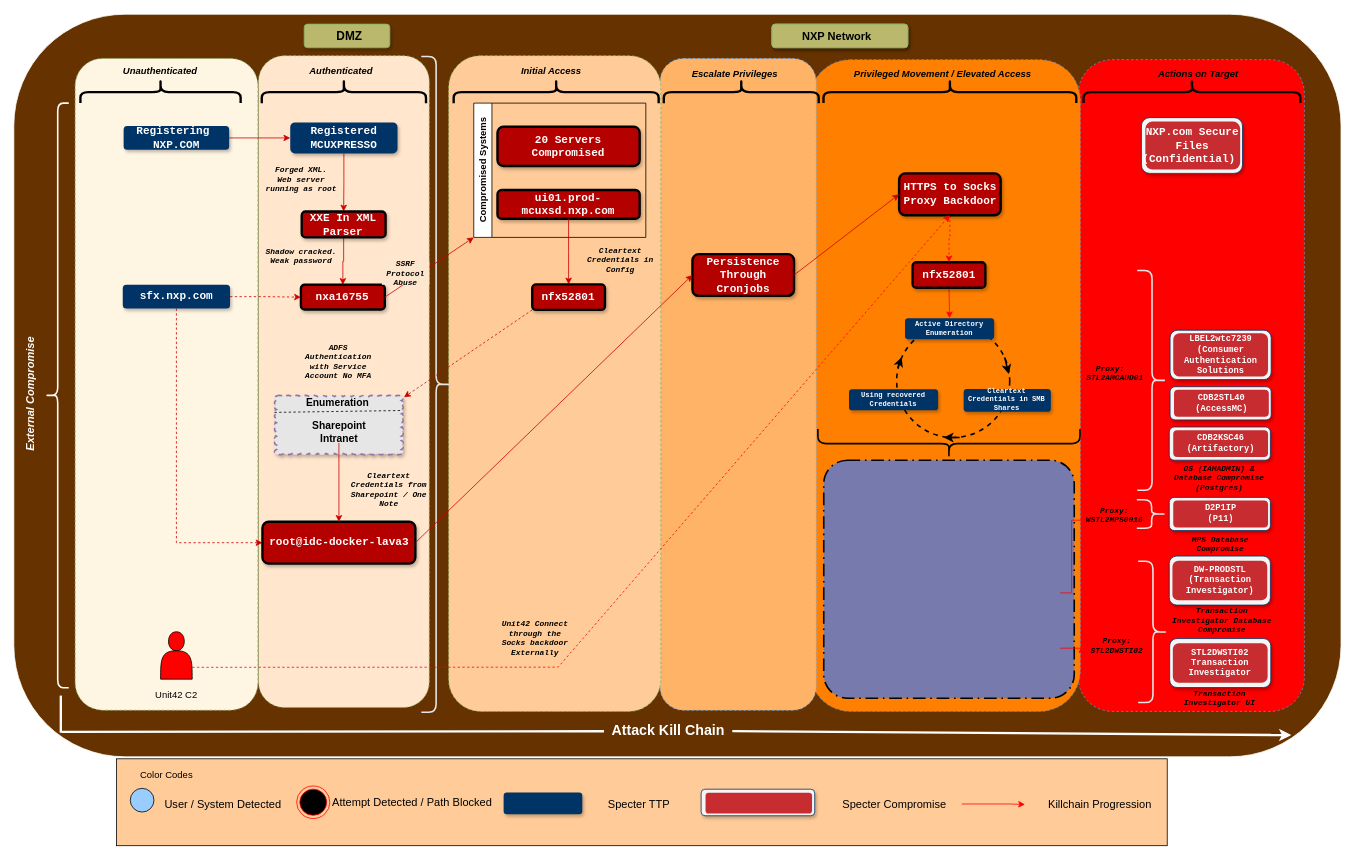
thodorian/test keeps this draw.io diagram as nxp.drawio. Above is the earlier version. Source tidied: cells renumbered, new cells numbered last; positions are measured from the earlier drawing's top-left corner, leaving out a move shared by most shapes. Both pictures are drawn from the tidied source at 79%, with x=0, y=0 at pixel (-35, -36).
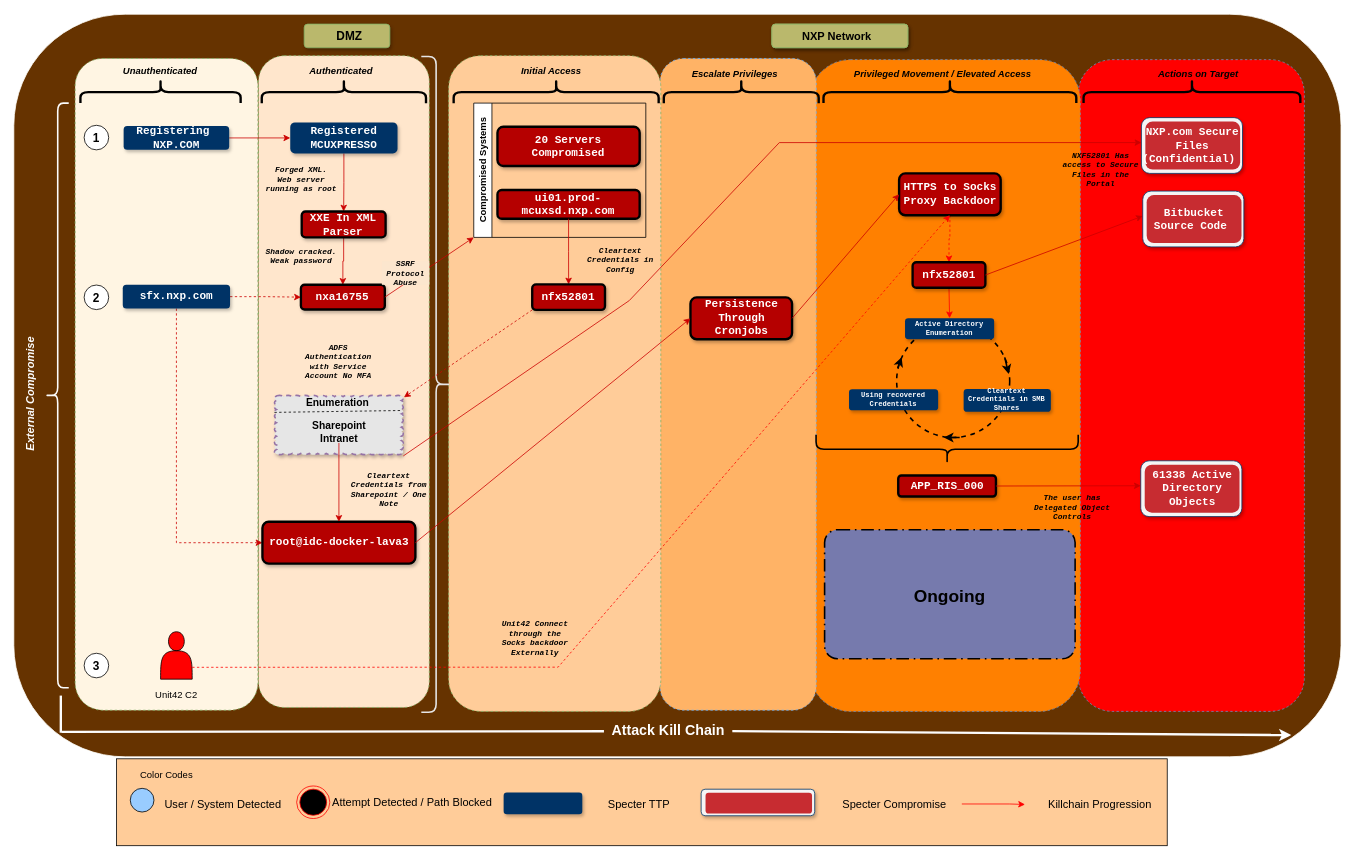
The same page after the edit.

The change refers to these unchanged cells:
```xml
<mxCell id="37" style="whiteSpace=wrap;html=1;shape=mxgraph.basic.cloud_rect;shadow=1;dashed=1;strokeWidth=2;fontSize=11;align=left;labelBackgroundColor=#ffffff;fillStyle=auto;fillColor=#E6E6E6;strokeColor=#9673a6;" parent="36" vertex="1">
  <mxGeometry x="0.9" width="163.1" height="75" as="geometry" />
</mxCell>
<mxCell id="50" style="group;" parent="1" vertex="1">
  <mxGeometry x="1488.3" y="212" width="128" height="52" as="geometry" />
</mxCell>
<mxCell id="134" value="&lt;p style=&quot;margin: 0in;&quot;&gt;&lt;font face=&quot;Courier New&quot; style=&quot;&quot; color=&quot;#ffffff&quot;&gt;&lt;span style=&quot;font-size: 14px;&quot;&gt;nfx52801&lt;/span&gt;&lt;/font&gt;&lt;/p&gt;" style="rounded=1;whiteSpace=wrap;html=1;glass=0;shadow=1;strokeWidth=3;perimeterSpacing=0;fontFamily=Courier New;fontSize=10;fontStyle=1;fillColor=#B50000;align=center;" parent="1" vertex="1">
  <mxGeometry x="1198.7" y="376.5" width="92.1" height="32.3" as="geometry" />
</mxCell>
```

What changed in the source:
```diff
@@
-    <mxCell id="45" style="rounded=1;arcSize=10;dashed=1;gradientColor=none;dashPattern=8 3 1 3;strokeWidth=2;sketch=0;glass=0;shadow=0;fillColor=#767AAD;" parent="1" vertex="1">
-      <mxGeometry x="1086.2" y="627" width="317.1" height="301.3" as="geometry" />
+    <mxCell id="45" value="Ongoing" style="rounded=1;arcSize=10;dashed=1;gradientColor=none;dashPattern=8 3 1 3;strokeWidth=2;sketch=0;glass=0;shadow=0;fillColor=#767AAD;fontSize=22;fontStyle=1;" parent="1" vertex="1">
+      <mxGeometry x="1087.3" y="715" width="317.1" height="163.3" as="geometry" />
     </mxCell>
@@
     <mxCell id="49" style="shape=curlyBracket;whiteSpace=wrap;html=1;rounded=1;flipH=1;labelPosition=right;verticalLabelPosition=middle;align=left;verticalAlign=middle;strokeWidth=2;gradientColor=none;fillColor=#FF0000;strokeColor=#000000;rotation=90;" parent="1" vertex="1">
-      <mxGeometry x="1226.2" y="440.1" width="37" height="331.8" as="geometry" />
+      <mxGeometry x="1223.9" y="447.3" width="37" height="331.8" as="geometry" />
     </mxCell>
@@
-    <mxCell id="53" style="group;" parent="1" vertex="1">
-      <mxGeometry x="1523.6" y="465" width="129" height="70" as="geometry" />
-    </mxCell>
-    <mxCell id="54" style="rounded=1;whiteSpace=wrap;html=1;fillColor=#f5f5f5;strokeColor=#003366;glass=0;shadow=1;strokeWidth=1;perimeterSpacing=0;fontFamily=Courier New;fontSize=10;fontStyle=1;fontColor=#000000;align=center;labelPosition=center;verticalLabelPosition=bottom;verticalAlign=top;" parent="53" vertex="1">
-      <mxGeometry x="1" y="-2.5" width="128" height="62.5" as="geometry" />
-    </mxCell>
-    <mxCell id="55" value="LBEL2wtc7239&lt;br&gt;(Consumer Authentication Solutions" style="rounded=1;whiteSpace=wrap;html=1;fillColor=#C72C31;strokeColor=none;glass=0;shadow=0;strokeWidth=3;perimeterSpacing=0;gradientColor=none;fontFamily=Courier New;fontSize=11;fontStyle=1;fontColor=#FFFFFF;" parent="53" vertex="1">
-      <mxGeometry x="5" y="1.2" width="120" height="55" as="geometry" />
-    </mxCell>
-    <mxCell id="56" style="group;" parent="1" vertex="1">
-      <mxGeometry x="1523.6" y="585" width="128" height="42" as="geometry" />
-    </mxCell>
-    <mxCell id="57" style="rounded=1;whiteSpace=wrap;html=1;fillColor=#f5f5f5;strokeColor=#003366;glass=0;shadow=1;strokeWidth=1;perimeterSpacing=0;fontFamily=Courier New;fontSize=10;fontStyle=1;fontColor=#000000;align=center;labelPosition=center;verticalLabelPosition=bottom;verticalAlign=top;" parent="56" vertex="1">
-      <mxGeometry width="128" height="42" as="geometry" />
-    </mxCell>
-    <mxCell id="58" value="CDB2KSC46&lt;br&gt;(Artifactory)" style="rounded=1;whiteSpace=wrap;html=1;fillColor=#C72C31;strokeColor=none;glass=0;shadow=0;strokeWidth=3;perimeterSpacing=0;gradientColor=none;fontFamily=Courier New;fontSize=11;fontStyle=1;fontColor=#FFFFFF;" parent="56" vertex="1">
-      <mxGeometry x="5" y="4" width="120" height="34" as="geometry" />
-    </mxCell>
-    <mxCell id="59" style="group;" parent="1" vertex="1">
-      <mxGeometry x="1524.6" y="534" width="128" height="42" as="geometry" />
-    </mxCell>
-    <mxCell id="60" style="rounded=1;whiteSpace=wrap;html=1;fillColor=#f5f5f5;strokeColor=#003366;glass=0;shadow=1;strokeWidth=1;perimeterSpacing=0;fontFamily=Courier New;fontSize=10;fontStyle=1;fontColor=#000000;align=center;labelPosition=center;verticalLabelPosition=bottom;verticalAlign=top;" parent="59" vertex="1">
-      <mxGeometry width="128" height="42" as="geometry" />
-    </mxCell>
-    <mxCell id="61" value="CDB2STL40 (AccessMC)" style="rounded=1;whiteSpace=wrap;html=1;fillColor=#C72C31;strokeColor=none;glass=0;shadow=0;strokeWidth=3;perimeterSpacing=0;gradientColor=none;fontFamily=Courier New;fontSize=11;fontStyle=1;fontColor=#FFFFFF;" parent="59" vertex="1">
-      <mxGeometry x="5" y="4" width="120" height="34" as="geometry" />
-    </mxCell>
-    <mxCell id="62" style="shape=curlyBracket;whiteSpace=wrap;html=1;rounded=1;flipH=1;labelPosition=right;verticalLabelPosition=middle;align=left;verticalAlign=middle;strokeWidth=2;gradientColor=none;fillColor=#000000;strokeColor=#E6E6E6;" parent="1" vertex="1">
-      <mxGeometry x="1483" y="386.9" width="37.5" height="278.1" as="geometry" />
-    </mxCell>
@@
-    <mxCell id="78" value="&lt;b style=&quot;font-size: 10px;&quot;&gt;Proxy:&amp;nbsp;&amp;nbsp;&lt;br style=&quot;font-size: 10px;&quot;&gt;STL2AMCAUD01&lt;/b&gt;" style="text;html=1;align=center;verticalAlign=middle;whiteSpace=wrap;shadow=1;glass=0;comic=0;labelBackgroundColor=none;fontFamily=Courier New;fontSize=10;rotation=0;fontStyle=2;fontColor=#000000;" parent="1" vertex="1">
-      <mxGeometry x="1425.8" y="499" width="58.4" height="36.4" as="geometry" />
-    </mxCell>
-    <mxCell id="79" style="edgeStyle=orthogonalEdgeStyle;rounded=0;jettySize=auto;html=1;exitX=1;exitY=0;exitDx=0;exitDy=0;entryX=0;entryY=0.5;entryDx=0;entryDy=0;strokeColor=#FF0000;" parent="1" edge="1" target="83">
-      <mxGeometry relative="1" as="geometry">
-        <mxPoint x="1385.4" y="795" as="sourcePoint" />
-        <Array as="points">
-          <mxPoint x="1400" y="795" />
-          <mxPoint x="1400" y="703" />
-        </Array>
-      </mxGeometry>
-    </mxCell>
-    <mxCell id="80" style="group;" parent="1" vertex="1">
-      <mxGeometry x="1523.6" y="674.1" width="128" height="42" as="geometry" />
-    </mxCell>
-    <mxCell id="81" style="rounded=1;whiteSpace=wrap;html=1;fillColor=#f5f5f5;strokeColor=#003366;glass=0;shadow=1;strokeWidth=1;perimeterSpacing=0;fontFamily=Courier New;fontSize=10;fontStyle=1;fontColor=#000000;align=center;labelPosition=center;verticalLabelPosition=bottom;verticalAlign=top;" parent="80" vertex="1">
-      <mxGeometry width="128" height="42" as="geometry" />
-    </mxCell>
-    <mxCell id="82" value="D2P1IP&lt;br&gt;(P11)" style="rounded=1;whiteSpace=wrap;html=1;fillColor=#C72C31;strokeColor=none;glass=0;shadow=0;strokeWidth=3;perimeterSpacing=0;gradientColor=none;fontFamily=Courier New;fontSize=11;fontStyle=1;fontColor=#FFFFFF;" parent="80" vertex="1">
-      <mxGeometry x="5" y="4" width="120" height="34" as="geometry" />
-    </mxCell>
-    <mxCell id="83" value="&lt;b style=&quot;font-size: 10px;&quot;&gt;Proxy:&lt;/b&gt;&lt;div style=&quot;font-size: 10px;&quot;&gt;&lt;b style=&quot;font-size: 10px;&quot;&gt;WSTL2MPS0016&lt;/b&gt;&lt;/div&gt;" style="text;html=1;align=center;verticalAlign=middle;whiteSpace=wrap;shadow=1;glass=0;comic=0;labelBackgroundColor=none;fontFamily=Courier New;fontSize=10;rotation=0;fontStyle=2;fontColor=#000000;" parent="1" vertex="1">
-      <mxGeometry x="1418.4" y="682.8" width="72.6" height="28.2" as="geometry" />
-    </mxCell>
-    <mxCell id="84" value="&lt;b style=&quot;font-size: 10px;&quot;&gt;MPS Database Compromise&lt;/b&gt;" style="text;html=1;align=center;verticalAlign=middle;whiteSpace=wrap;shadow=1;glass=0;comic=0;labelBackgroundColor=none;fontFamily=Courier New;fontSize=10;rotation=0;fontStyle=2;fontColor=#000000;" parent="1" vertex="1">
-      <mxGeometry x="1522.3" y="720.2" width="132.6" height="28.2" as="geometry" />
-    </mxCell>
-    <mxCell id="85" value="&lt;b style=&quot;font-size: 10px;&quot;&gt;OS (IAMADMIN) &amp;amp; Database Compromise (Postgres)&lt;/b&gt;" style="text;html=1;align=center;verticalAlign=middle;whiteSpace=wrap;shadow=1;glass=0;comic=0;labelBackgroundColor=none;fontFamily=Courier New;fontSize=10;rotation=0;fontStyle=2;fontColor=#000000;" parent="1" vertex="1">
-      <mxGeometry x="1520" y="636" width="134.1" height="28.2" as="geometry" />
-    </mxCell>
-    <mxCell id="86" style="edgeStyle=orthogonalEdgeStyle;rounded=0;jettySize=auto;html=1;exitX=1;exitY=0.5;exitDx=0;exitDy=0;entryX=0;entryY=0.5;entryDx=0;entryDy=0;strokeColor=#FF0000;" parent="1" edge="1" target="87">
-      <mxGeometry relative="1" as="geometry">
-        <mxPoint x="1385.4" y="865" as="sourcePoint" />
-      </mxGeometry>
-    </mxCell>
-    <mxCell id="87" value="&lt;b style=&quot;font-size: 10px;&quot;&gt;Proxy:&lt;/b&gt;&lt;div style=&quot;font-size: 10px;&quot;&gt;&lt;b style=&quot;font-size: 10px;&quot;&gt;STL2DWSTI02&lt;/b&gt;&lt;/div&gt;" style="text;html=1;align=center;verticalAlign=middle;whiteSpace=wrap;shadow=1;glass=0;comic=0;labelBackgroundColor=none;fontFamily=Courier New;fontSize=10;rotation=0;fontStyle=2;fontColor=#000000;" parent="1" vertex="1">
-      <mxGeometry x="1412.9" y="848.2" width="88.5" height="28.2" as="geometry" />
-    </mxCell>
-    <mxCell id="88" style="group;" parent="1" vertex="1">
-      <mxGeometry x="1523.6" y="748.4" width="128" height="62" as="geometry" />
-    </mxCell>
-    <mxCell id="89" style="rounded=1;whiteSpace=wrap;html=1;fillColor=#f5f5f5;strokeColor=#003366;glass=0;shadow=1;strokeWidth=1;perimeterSpacing=0;fontFamily=Courier New;fontSize=10;fontStyle=1;fontColor=#000000;align=center;labelPosition=center;verticalLabelPosition=bottom;verticalAlign=top;" parent="88" vertex="1">
-      <mxGeometry width="128" height="62" as="geometry" />
-    </mxCell>
-    <mxCell id="90" value="DW-PRODSTL&lt;br&gt;(Transaction Investigator)" style="rounded=1;whiteSpace=wrap;html=1;fillColor=#C72C31;strokeColor=none;glass=0;shadow=0;strokeWidth=3;perimeterSpacing=0;gradientColor=none;fontFamily=Courier New;fontSize=11;fontStyle=1;fontColor=#FFFFFF;" parent="88" vertex="1">
-      <mxGeometry x="4" y="6" width="120" height="50" as="geometry" />
-    </mxCell>
-    <mxCell id="91" value="&lt;b style=&quot;font-size: 10px;&quot;&gt;Transaction Investigator Database Compromise&lt;/b&gt;" style="text;html=1;align=center;verticalAlign=middle;whiteSpace=wrap;shadow=1;glass=0;comic=0;labelBackgroundColor=none;fontFamily=Courier New;fontSize=10;rotation=0;fontStyle=2;fontColor=#000000;" parent="1" vertex="1">
-      <mxGeometry x="1523.6" y="816" width="132.6" height="28.2" as="geometry" />
-    </mxCell>
-    <mxCell id="92" style="group;" parent="1" vertex="1">
-      <mxGeometry x="1524.1" y="852.8" width="128" height="62" as="geometry" />
-    </mxCell>
-    <mxCell id="93" style="rounded=1;whiteSpace=wrap;html=1;fillColor=#f5f5f5;strokeColor=#003366;glass=0;shadow=1;strokeWidth=1;perimeterSpacing=0;fontFamily=Courier New;fontSize=10;fontStyle=1;fontColor=#000000;align=center;labelPosition=center;verticalLabelPosition=bottom;verticalAlign=top;" parent="92" vertex="1">
-      <mxGeometry width="128" height="62" as="geometry" />
-    </mxCell>
-    <mxCell id="94" value="&lt;div&gt;STL2DWSTI02&lt;/div&gt;Transaction Investigator" style="rounded=1;whiteSpace=wrap;html=1;fillColor=#C72C31;strokeColor=none;glass=0;shadow=0;strokeWidth=3;perimeterSpacing=0;gradientColor=none;fontFamily=Courier New;fontSize=11;fontStyle=1;fontColor=#FFFFFF;" parent="92" vertex="1">
-      <mxGeometry x="4" y="6" width="120" height="50" as="geometry" />
-    </mxCell>
-    <mxCell id="95" style="shape=curlyBracket;whiteSpace=wrap;html=1;rounded=1;flipH=1;labelPosition=right;verticalLabelPosition=middle;align=left;verticalAlign=middle;strokeWidth=2;gradientColor=none;fillColor=#000000;strokeColor=#E6E6E6;" parent="1" vertex="1">
-      <mxGeometry x="1484.2" y="755" width="37.5" height="178.8" as="geometry" />
-    </mxCell>
-    <mxCell id="96" style="shape=curlyBracket;whiteSpace=wrap;html=1;rounded=1;flipH=1;labelPosition=right;verticalLabelPosition=middle;align=left;verticalAlign=middle;strokeWidth=2;gradientColor=none;fillColor=#000000;strokeColor=#E6E6E6;size=0.5;" parent="1" vertex="1">
-      <mxGeometry x="1482.5" y="677.1" width="37.5" height="36" as="geometry" />
-    </mxCell>
-    <mxCell id="97" value="&lt;b style=&quot;font-size: 10px;&quot;&gt;Transaction Investigator UI&lt;/b&gt;" style="text;html=1;align=center;verticalAlign=middle;whiteSpace=wrap;shadow=1;glass=0;comic=0;labelBackgroundColor=none;fontFamily=Courier New;fontSize=10;rotation=0;fontStyle=2;fontColor=#000000;" parent="1" vertex="1">
-      <mxGeometry x="1521.3" y="914.8" width="132.6" height="28.2" as="geometry" />
-    </mxCell>
@@
     <mxCell id="124" value="&lt;p style=&quot;margin: 0in;&quot;&gt;&lt;font color=&quot;#ffffff&quot;&gt;&lt;span style=&quot;font-size: 14px;&quot;&gt;Persistence Through Cronjobs&lt;/span&gt;&lt;/font&gt;&lt;/p&gt;" style="rounded=1;whiteSpace=wrap;html=1;glass=0;shadow=1;strokeWidth=3;perimeterSpacing=0;fontFamily=Courier New;fontSize=10;fontStyle=1;fillColor=#B50000;align=center;" parent="1" vertex="1">
-      <mxGeometry x="920" y="366.2" width="128.6" height="52.9" as="geometry" />
+      <mxGeometry x="917.5" y="421" width="128.6" height="52.9" as="geometry" />
     </mxCell>
@@
+    <mxCell id="135" style="group;" parent="1" vertex="1">
+      <mxGeometry x="1490" y="305" width="128" height="52" as="geometry" />
+    </mxCell>
+    <mxCell id="136" style="rounded=1;whiteSpace=wrap;html=1;fillColor=#f5f5f5;strokeColor=#003366;glass=0;shadow=1;strokeWidth=1;perimeterSpacing=0;fontFamily=Courier New;fontSize=10;fontStyle=1;fontColor=#000000;align=center;labelPosition=center;verticalLabelPosition=bottom;verticalAlign=top;" parent="135" vertex="1">
+      <mxGeometry y="-18.6" width="128" height="70.6" as="geometry" />
+    </mxCell>
+    <mxCell id="137" value="&lt;font style=&quot;font-size: 14px;&quot;&gt;Bitbucket Source Code&amp;nbsp;&lt;/font&gt;" style="rounded=1;whiteSpace=wrap;html=1;fillColor=#C72C31;strokeColor=none;glass=0;shadow=0;strokeWidth=3;perimeterSpacing=0;gradientColor=none;fontFamily=Courier New;fontSize=11;fontStyle=1;fontColor=#FFFFFF;" parent="135" vertex="1">
+      <mxGeometry x="5" y="-13.6" width="120" height="60.7" as="geometry" />
+    </mxCell>
+    <mxCell id="138" style="endArrow=classic;html=1;rounded=0;entryX=0;entryY=0.25;entryDx=0;entryDy=0;strokeColor=#CC0000;exitX=1;exitY=0.5;exitDx=0;exitDy=0;" parent="1" edge="1" source="134" target="135">
+      <mxGeometry relative="1" as="geometry" />
+    </mxCell>
+    <mxCell id="139" value="&lt;p style=&quot;margin: 0in;&quot;&gt;&lt;font face=&quot;Courier New&quot; style=&quot;&quot; color=&quot;#ffffff&quot;&gt;&lt;span style=&quot;font-size: 14px;&quot;&gt;APP_RIS_000&lt;/span&gt;&lt;/font&gt;&lt;/p&gt;" style="rounded=1;whiteSpace=wrap;html=1;glass=0;shadow=1;strokeWidth=3;perimeterSpacing=0;fontFamily=Courier New;fontSize=10;fontStyle=1;fillColor=#B50000;align=center;" parent="1" vertex="1">
+      <mxGeometry x="1180.5" y="646.4" width="123.7" height="26.6" as="geometry" />
+    </mxCell>
+    <mxCell id="140" style="group;" parent="1" vertex="1">
+      <mxGeometry x="1487.5" y="646.4" width="128" height="52" as="geometry" />
+    </mxCell>
+    <mxCell id="141" style="rounded=1;whiteSpace=wrap;html=1;fillColor=#f5f5f5;strokeColor=#003366;glass=0;shadow=1;strokeWidth=1;perimeterSpacing=0;fontFamily=Courier New;fontSize=10;fontStyle=1;fontColor=#000000;align=center;labelPosition=center;verticalLabelPosition=bottom;verticalAlign=top;" parent="140" vertex="1">
+      <mxGeometry y="-18.6" width="128" height="70.6" as="geometry" />
+    </mxCell>
+    <mxCell id="142" value="&lt;span style=&quot;font-size: 14px;&quot;&gt;61338 Active Directory Objects&lt;/span&gt;" style="rounded=1;whiteSpace=wrap;html=1;fillColor=#C72C31;strokeColor=none;glass=0;shadow=0;strokeWidth=3;perimeterSpacing=0;gradientColor=none;fontFamily=Courier New;fontSize=11;fontStyle=1;fontColor=#FFFFFF;" parent="140" vertex="1">
+      <mxGeometry x="5" y="-13.6" width="120" height="60.7" as="geometry" />
+    </mxCell>
+    <mxCell id="143" style="endArrow=classic;html=1;rounded=0;entryX=0;entryY=0.25;entryDx=0;entryDy=0;strokeColor=#CC0000;exitX=1;exitY=0.5;exitDx=0;exitDy=0;" parent="1" edge="1" source="139" target="140">
+      <mxGeometry relative="1" as="geometry" />
+    </mxCell>
+    <mxCell id="144" value="&lt;b&gt;The user has Delegated Object Controls&lt;/b&gt;" style="text;html=1;align=center;verticalAlign=middle;whiteSpace=wrap;shadow=1;glass=0;comic=0;labelBackgroundColor=none;fontFamily=Courier New;fontSize=10;rotation=0;fontStyle=2;fontColor=#000000;" parent="1" vertex="1">
+      <mxGeometry x="1350" y="668.6" width="101.6" height="36.4" as="geometry" />
+    </mxCell>
+    <mxCell id="145" style="endArrow=classic;html=1;rounded=0;entryX=0;entryY=0.25;entryDx=0;entryDy=0;strokeColor=#CC0000;exitX=1;exitY=1.022;exitDx=0;exitDy=0;exitPerimeter=0;" parent="1" edge="1" source="37" target="50">
+      <mxGeometry relative="1" as="geometry">
+        <Array as="points">
+          <mxPoint x="840" y="425" />
+          <mxPoint x="1030" y="225" />
+        </Array>
+      </mxGeometry>
+    </mxCell>
+    <mxCell id="146" value="&lt;b&gt;NXF52801 Has access to Secure Files in the Portal&lt;/b&gt;" style="text;html=1;align=center;verticalAlign=middle;whiteSpace=wrap;shadow=1;glass=0;comic=0;labelBackgroundColor=none;fontFamily=Courier New;fontSize=10;rotation=0;fontStyle=2;fontColor=#000000;" parent="1" vertex="1">
+      <mxGeometry x="1386" y="241.8" width="101.6" height="36.4" as="geometry" />
+    </mxCell>
+    <mxCell id="147" value="&lt;font style=&quot;font-size: 15px;&quot;&gt;&lt;b&gt;1&lt;/b&gt;&lt;/font&gt;" style="ellipse;whiteSpace=wrap;html=1;" parent="1" vertex="1">
+      <mxGeometry x="150" y="203.1" width="31.1" height="31.1" as="geometry" />
+    </mxCell>
+    <mxCell id="148" value="&lt;font style=&quot;font-size: 15px;&quot;&gt;&lt;b&gt;2&lt;/b&gt;&lt;/font&gt;" style="ellipse;whiteSpace=wrap;html=1;" parent="1" vertex="1">
+      <mxGeometry x="150" y="405.3" width="31.1" height="31.1" as="geometry" />
+    </mxCell>
+    <mxCell id="149" value="&lt;font style=&quot;font-size: 15px;&quot;&gt;&lt;b&gt;3&lt;/b&gt;&lt;/font&gt;" style="ellipse;whiteSpace=wrap;html=1;" parent="1" vertex="1">
+      <mxGeometry x="150" y="871.4" width="31.1" height="31.1" as="geometry" />
+    </mxCell>
```
